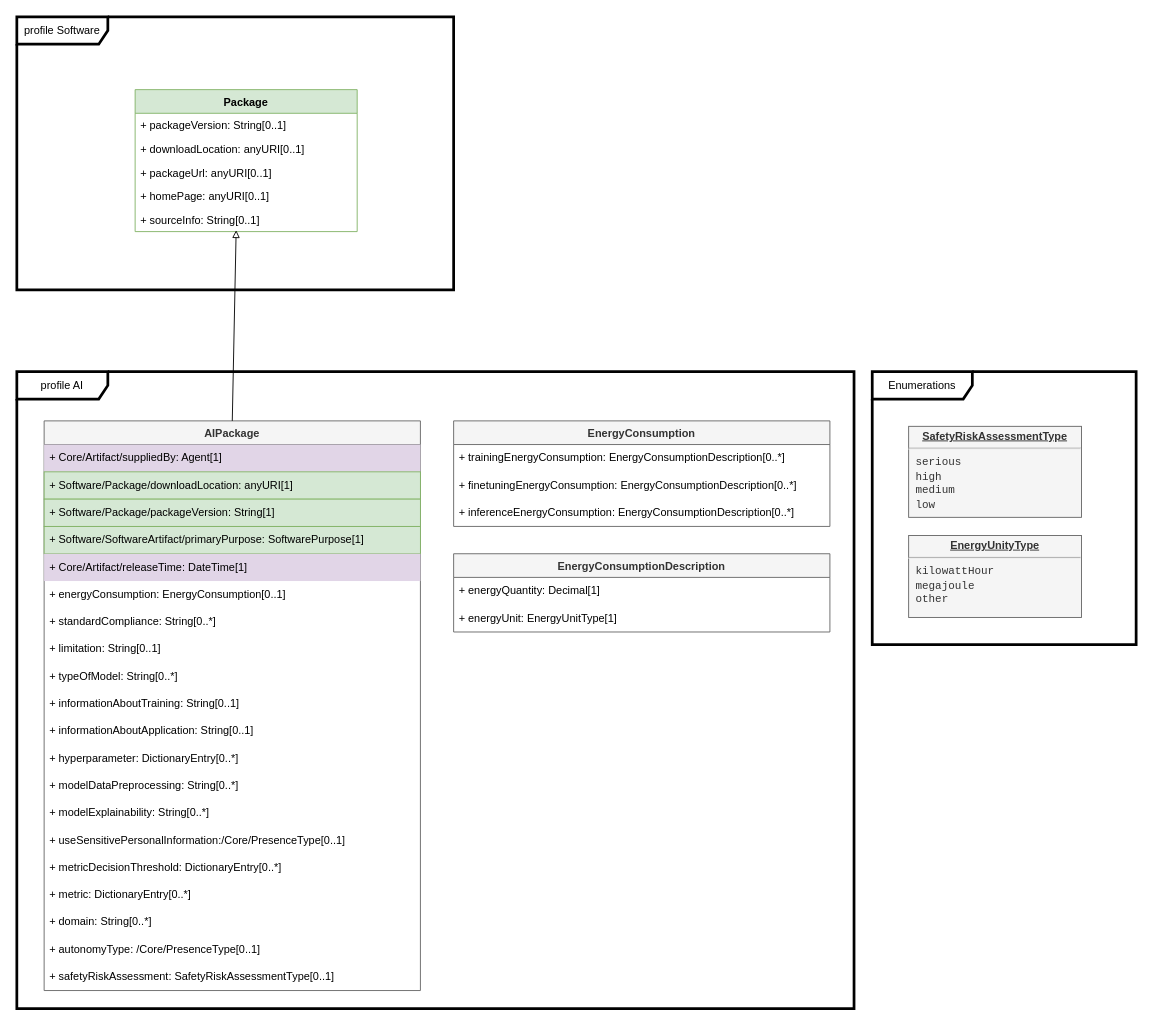
spdx/spdx-3-model keeps this draw.io diagram as page "AI" (8 of 11) of model.drawio. Above is the earlier version. Source tidied: cells renumbered, new cells numbered last; positions are measured from the earlier drawing's top-left corner, leaving out a move shared by most shapes. Both pictures are drawn from the tidied source at 91%, with x=0, y=0 at pixel (16, 16).
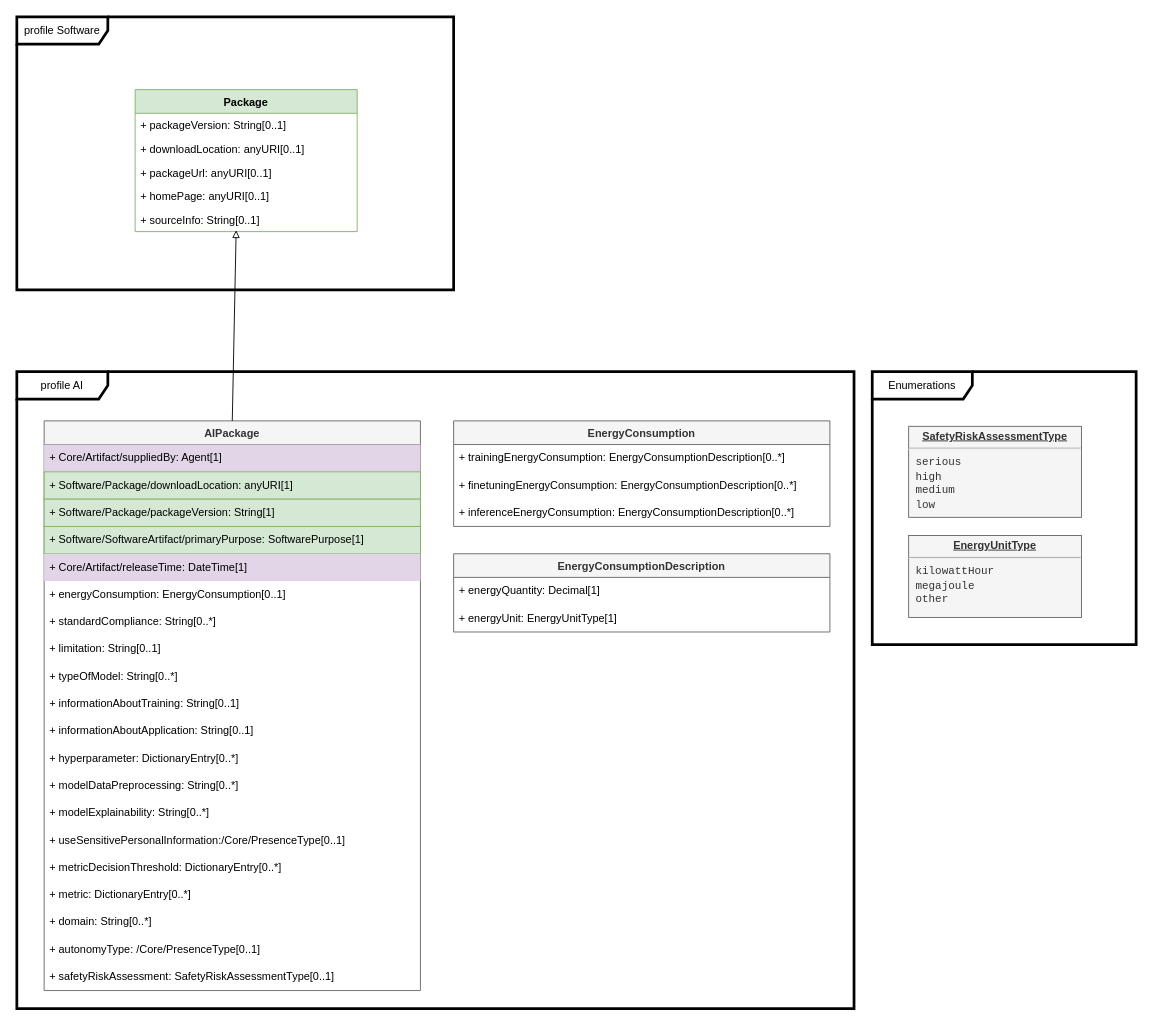
After the change.

Commit message (it also covers changes not shown here):
Fixed typo in name of EnergyUnitType

Change to the diagram source:
```diff
@@
-    <mxCell id="41" value="&lt;p style=&quot;margin: 0px ; margin-top: 4px ; text-align: center ; text-decoration: underline&quot;&gt;&lt;b&gt;EnergyUnityType&lt;/b&gt;&lt;/p&gt;&lt;hr&gt;&lt;p style=&quot;margin: 0px ; margin-left: 8px&quot;&gt;&lt;font face=&quot;Courier New&quot;&gt;kilowattHour&lt;/font&gt;&lt;/p&gt;&lt;p style=&quot;margin: 0px ; margin-left: 8px&quot;&gt;&lt;font face=&quot;Courier New&quot;&gt;megajoule&lt;/font&gt;&lt;/p&gt;&lt;p style=&quot;margin: 0px ; margin-left: 8px&quot;&gt;&lt;font face=&quot;Courier New&quot;&gt;other&lt;/font&gt;&lt;/p&gt;" style="verticalAlign=top;align=left;overflow=fill;fontSize=12;fontFamily=Helvetica;html=1;fillColor=#f5f5f5;strokeColor=#666666;fontColor=#333333;" parent="1" vertex="1">
+    <mxCell id="41" value="&lt;p style=&quot;margin: 0px ; margin-top: 4px ; text-align: center ; text-decoration: underline&quot;&gt;&lt;b&gt;EnergyUnitType&lt;/b&gt;&lt;/p&gt;&lt;hr&gt;&lt;p style=&quot;margin: 0px ; margin-left: 8px&quot;&gt;&lt;font face=&quot;Courier New&quot;&gt;kilowattHour&lt;/font&gt;&lt;/p&gt;&lt;p style=&quot;margin: 0px ; margin-left: 8px&quot;&gt;&lt;font face=&quot;Courier New&quot;&gt;megajoule&lt;/font&gt;&lt;/p&gt;&lt;p style=&quot;margin: 0px ; margin-left: 8px&quot;&gt;&lt;font face=&quot;Courier New&quot;&gt;other&lt;/font&gt;&lt;/p&gt;" style="verticalAlign=top;align=left;overflow=fill;fontSize=12;fontFamily=Helvetica;html=1;fillColor=#f5f5f5;strokeColor=#666666;fontColor=#333333;" parent="1" vertex="1">
       <mxGeometry x="980" y="570" width="190" height="90" as="geometry" />
     </mxCell>
```
